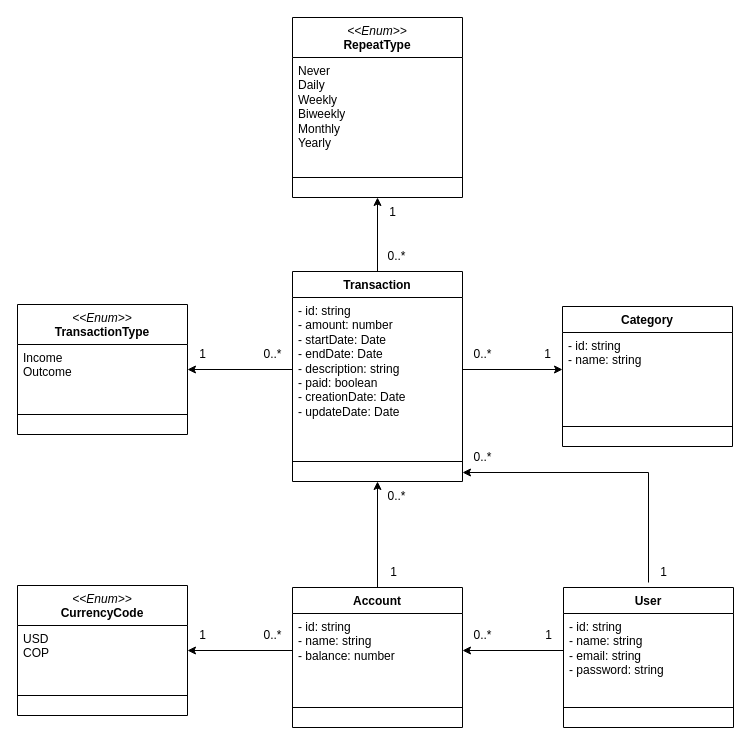
acastillo9/budget-api keeps this draw.io diagram as docs/budget.drawio. Above is the earlier version. Source tidied: cells renumbered, new cells numbered last; positions are measured from the earlier drawing's top-left corner, leaving out a move shared by most shapes. Both pictures are drawn from the tidied source at 100%, with x=0, y=0 at pixel (17, 17).
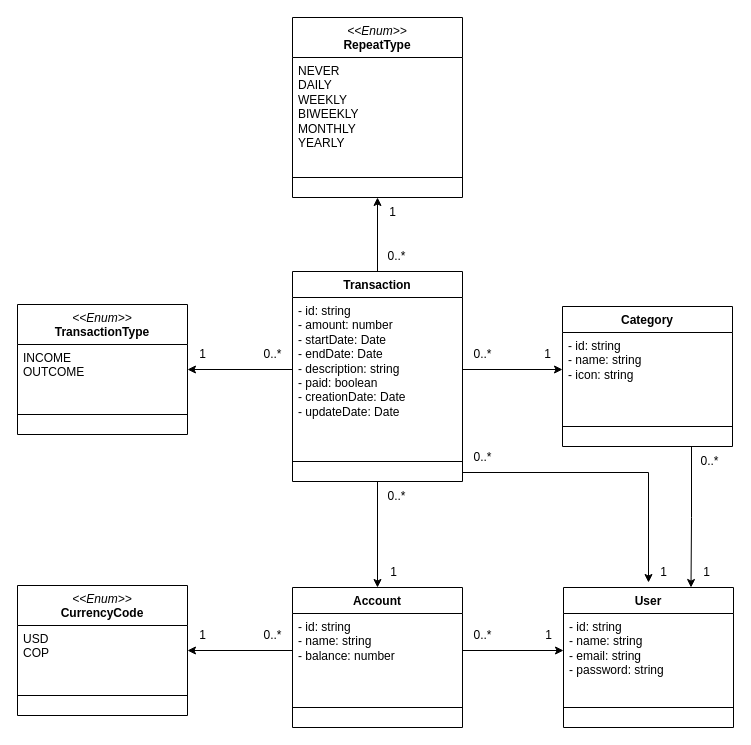
After the change.

The change refers to these unchanged cells:
```xml
<mxCell id="4" value="Transaction" style="swimlane;fontStyle=1;align=center;verticalAlign=top;horizontal=1;startSize=26;whiteSpace=wrap;html=1;" parent="1" vertex="1">
  <mxGeometry x="275" y="254" width="170" height="210" as="geometry" />
</mxCell>
<mxCell id="7" value="Category" style="swimlane;fontStyle=1;align=center;verticalAlign=top;horizontal=1;startSize=26;whiteSpace=wrap;html=1;" parent="1" vertex="1">
  <mxGeometry x="545" y="289" width="170" height="140" as="geometry" />
</mxCell>
<mxCell id="12" value="&lt;div&gt;&lt;i style=&quot;font-weight: 400;&quot;&gt;&amp;lt;&amp;lt;Enum&amp;gt;&amp;gt;&lt;/i&gt;&lt;br&gt;&lt;/div&gt;RepeatType" style="swimlane;fontStyle=1;align=center;verticalAlign=top;horizontal=1;startSize=40;whiteSpace=wrap;html=1;" parent="1" vertex="1">
  <mxGeometry x="275" width="170" height="180" as="geometry" />
</mxCell>
<mxCell id="20" value="&lt;div&gt;&lt;i style=&quot;font-weight: 400;&quot;&gt;&amp;lt;&amp;lt;Enum&amp;gt;&amp;gt;&lt;/i&gt;&lt;br&gt;&lt;/div&gt;TransactionType" style="swimlane;fontStyle=1;align=center;verticalAlign=top;horizontal=1;startSize=40;whiteSpace=wrap;html=1;" parent="1" vertex="1">
  <mxGeometry y="287" width="170" height="130" as="geometry" />
</mxCell>
<mxCell id="30" value="Account" style="swimlane;fontStyle=1;align=center;verticalAlign=top;horizontal=1;startSize=26;whiteSpace=wrap;html=1;" parent="1" vertex="1">
  <mxGeometry x="275" y="570" width="170" height="140" as="geometry" />
</mxCell>
<mxCell id="31" value="- id: string&lt;div&gt;- name: string&lt;br&gt;&lt;div&gt;- balance: number&lt;/div&gt;&lt;/div&gt;" style="text;strokeColor=none;fillColor=none;align=left;verticalAlign=top;spacingLeft=4;spacingRight=4;overflow=hidden;points=[[0,0.5],[1,0.5]];portConstraint=eastwest;whiteSpace=wrap;html=1;" parent="30" vertex="1">
  <mxGeometry y="26" width="170" height="74" as="geometry" />
</mxCell>
<mxCell id="34" value="User" style="swimlane;fontStyle=1;align=center;verticalAlign=top;horizontal=1;startSize=26;whiteSpace=wrap;html=1;" parent="1" vertex="1">
  <mxGeometry x="546" y="570" width="170" height="140" as="geometry" />
</mxCell>
<mxCell id="35" value="- id: string&lt;div&gt;- name: string&lt;br&gt;&lt;div&gt;- email: string&lt;/div&gt;&lt;div&gt;- password: string&lt;/div&gt;&lt;/div&gt;" style="text;strokeColor=none;fillColor=none;align=left;verticalAlign=top;spacingLeft=4;spacingRight=4;overflow=hidden;points=[[0,0.5],[1,0.5]];portConstraint=eastwest;whiteSpace=wrap;html=1;" parent="34" vertex="1">
  <mxGeometry y="26" width="170" height="74" as="geometry" />
</mxCell>
```

Change to the diagram source:
```diff
@@
-    <mxCell id="3" style="edgeStyle=orthogonalEdgeStyle;rounded=0;orthogonalLoop=1;jettySize=auto;html=1;startArrow=classic;startFill=1;endArrow=none;endFill=0;" parent="1" edge="1">
+    <mxCell id="3" style="edgeStyle=orthogonalEdgeStyle;rounded=0;orthogonalLoop=1;jettySize=auto;html=1;startArrow=none;startFill=0;endArrow=classic;endFill=1;" parent="1" edge="1">
       <mxGeometry relative="1" as="geometry">
         <mxPoint x="445" y="455" as="sourcePoint" />
         <mxPoint x="631" y="565" as="targetPoint" />
         <Array as="points">
           <mxPoint x="631" y="455" />
         </Array>
       </mxGeometry>
     </mxCell>
@@
+    <mxCell id="44" style="edgeStyle=orthogonalEdgeStyle;rounded=0;jettySize=auto;html=1;exitX=0.75;exitY=1;exitDx=0;exitDy=0;entryX=0.75;entryY=0;entryDx=0;entryDy=0;" parent="1" edge="1" source="7" target="34">
+      <mxGeometry relative="1" as="geometry">
+        <Array as="points">
+          <mxPoint x="674" y="429" />
+          <mxPoint x="674" y="500" />
+        </Array>
+      </mxGeometry>
+    </mxCell>
@@
-    <mxCell id="8" value="- id: string&lt;div&gt;- name: string&lt;/div&gt;" style="text;strokeColor=none;fillColor=none;align=left;verticalAlign=top;spacingLeft=4;spacingRight=4;overflow=hidden;points=[[0,0.5],[1,0.5]];portConstraint=eastwest;whiteSpace=wrap;html=1;" parent="7" vertex="1">
+    <mxCell id="8" value="- id: string&lt;div&gt;- name: string&lt;/div&gt;&lt;div&gt;- icon: string&lt;/div&gt;" style="text;strokeColor=none;fillColor=none;align=left;verticalAlign=top;spacingLeft=4;spacingRight=4;overflow=hidden;points=[[0,0.5],[1,0.5]];portConstraint=eastwest;whiteSpace=wrap;html=1;" parent="7" vertex="1">
       <mxGeometry y="26" width="170" height="74" as="geometry" />
     </mxCell>
@@
-    <mxCell id="13" value="&lt;div&gt;Never&lt;/div&gt;Daily&lt;div&gt;Weekly&lt;/div&gt;&lt;div&gt;Biweekly&lt;br&gt;&lt;/div&gt;&lt;div&gt;Monthly&lt;/div&gt;&lt;div&gt;Yearly&lt;/div&gt;" style="text;strokeColor=none;fillColor=none;align=left;verticalAlign=top;spacingLeft=4;spacingRight=4;overflow=hidden;whiteSpace=wrap;html=1;" parent="12" vertex="1">
+    <mxCell id="13" value="&lt;div&gt;NEVER&lt;/div&gt;DAILY&lt;div&gt;WEEKLY&lt;/div&gt;&lt;div&gt;BIWEEKLY&lt;br&gt;&lt;/div&gt;&lt;div&gt;MONTHLY&lt;/div&gt;&lt;div&gt;YEARLY&lt;/div&gt;" style="text;strokeColor=none;fillColor=none;align=left;verticalAlign=top;spacingLeft=4;spacingRight=4;overflow=hidden;whiteSpace=wrap;html=1;" parent="12" vertex="1">
       <mxGeometry y="40" width="170" height="100" as="geometry" />
     </mxCell>
@@
-    <mxCell id="16" style="edgeStyle=orthogonalEdgeStyle;rounded=0;jettySize=auto;html=1;entryX=0.5;entryY=1;entryDx=0;entryDy=0;startArrow=none;startFill=0;endArrow=classic;endFill=1;exitX=0.5;exitY=0;exitDx=0;exitDy=0;" parent="1" edge="1" source="30" target="4">
+    <mxCell id="16" style="edgeStyle=orthogonalEdgeStyle;rounded=0;jettySize=auto;html=1;entryX=0.5;entryY=1;entryDx=0;entryDy=0;startArrow=classic;startFill=1;endArrow=none;endFill=0;exitX=0.5;exitY=0;exitDx=0;exitDy=0;" parent="1" edge="1" source="30" target="4">
       <mxGeometry relative="1" as="geometry" />
     </mxCell>
@@
-    <mxCell id="21" value="&lt;div&gt;Income&lt;/div&gt;&lt;div&gt;Outcome&lt;/div&gt;" style="text;strokeColor=none;fillColor=none;align=left;verticalAlign=top;spacingLeft=4;spacingRight=4;overflow=hidden;whiteSpace=wrap;html=1;" parent="20" vertex="1">
+    <mxCell id="21" value="&lt;div&gt;INCOME&lt;/div&gt;&lt;div&gt;OUTCOME&lt;/div&gt;" style="text;strokeColor=none;fillColor=none;align=left;verticalAlign=top;spacingLeft=4;spacingRight=4;overflow=hidden;whiteSpace=wrap;html=1;" parent="20" vertex="1">
       <mxGeometry y="40" width="170" height="50" as="geometry" />
     </mxCell>
@@
-    <mxCell id="43" style="edgeStyle=orthogonalEdgeStyle;rounded=0;jettySize=auto;html=1;exitX=0;exitY=0.5;exitDx=0;exitDy=0;entryX=1;entryY=0.5;entryDx=0;entryDy=0;" parent="1" edge="1" source="35" target="31">
+    <mxCell id="43" style="edgeStyle=orthogonalEdgeStyle;rounded=0;jettySize=auto;html=1;exitX=0;exitY=0.5;exitDx=0;exitDy=0;entryX=1;entryY=0.5;entryDx=0;entryDy=0;endArrow=none;endFill=0;startArrow=classic;startFill=1;" parent="1" edge="1" source="35" target="31">
       <mxGeometry relative="1" as="geometry" />
     </mxCell>
+    <mxCell id="45" value="1" style="text;html=1;align=center;verticalAlign=middle;strokeColor=none;fillColor=none;" parent="1" vertex="1">
+      <mxGeometry x="674" y="540" width="30" height="30" as="geometry" />
+    </mxCell>
+    <mxCell id="46" value="0..*" style="text;html=1;align=center;verticalAlign=middle;strokeColor=none;fillColor=none;" parent="1" vertex="1">
+      <mxGeometry x="672" y="429" width="40" height="30" as="geometry" />
+    </mxCell>
```
